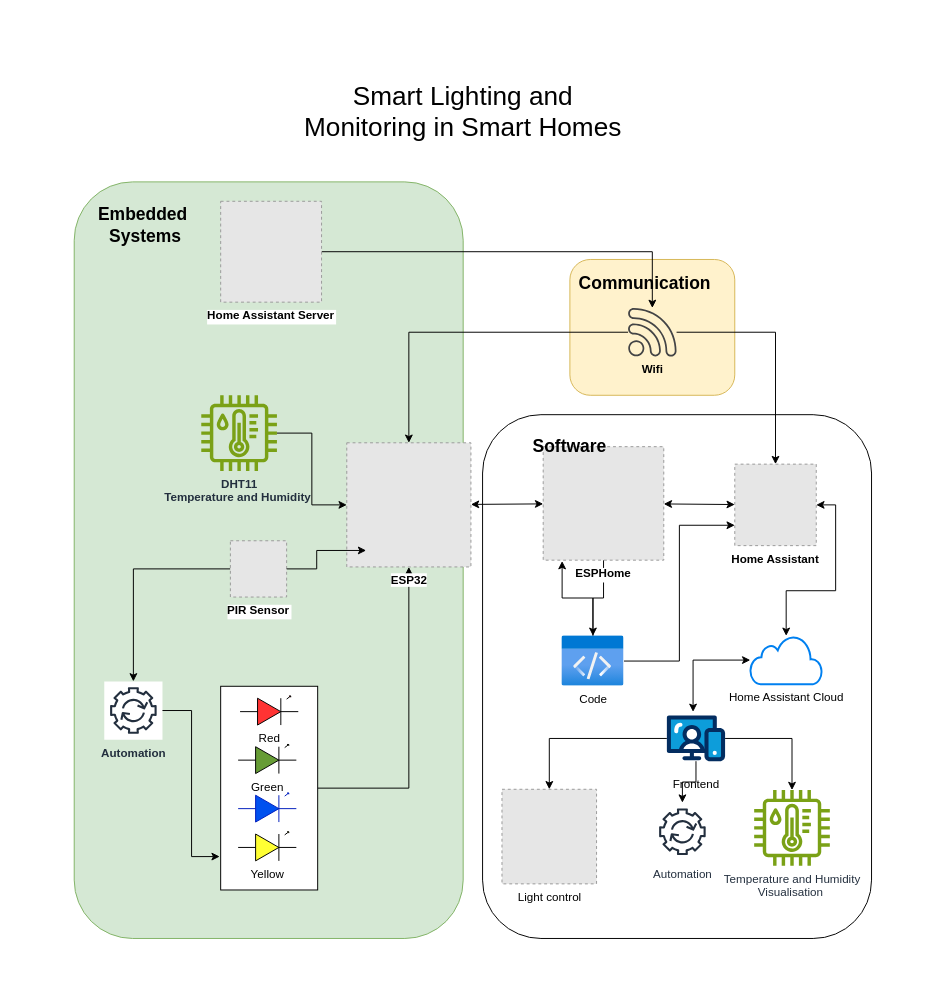
This is Untitled Diagram.drawio from aalexanderfc/Iot-solution-home-assistant, a draw.io file, before an edit. Source tidied: cells renumbered, new cells numbered last; positions are measured from the earlier drawing's top-left corner, leaving out a move shared by most shapes. Both pictures are drawn from the tidied source at 97%, with x=0, y=0 at pixel (74, 65). Pictures stored in the file or linked from it are replaced by grey dashed boxes.
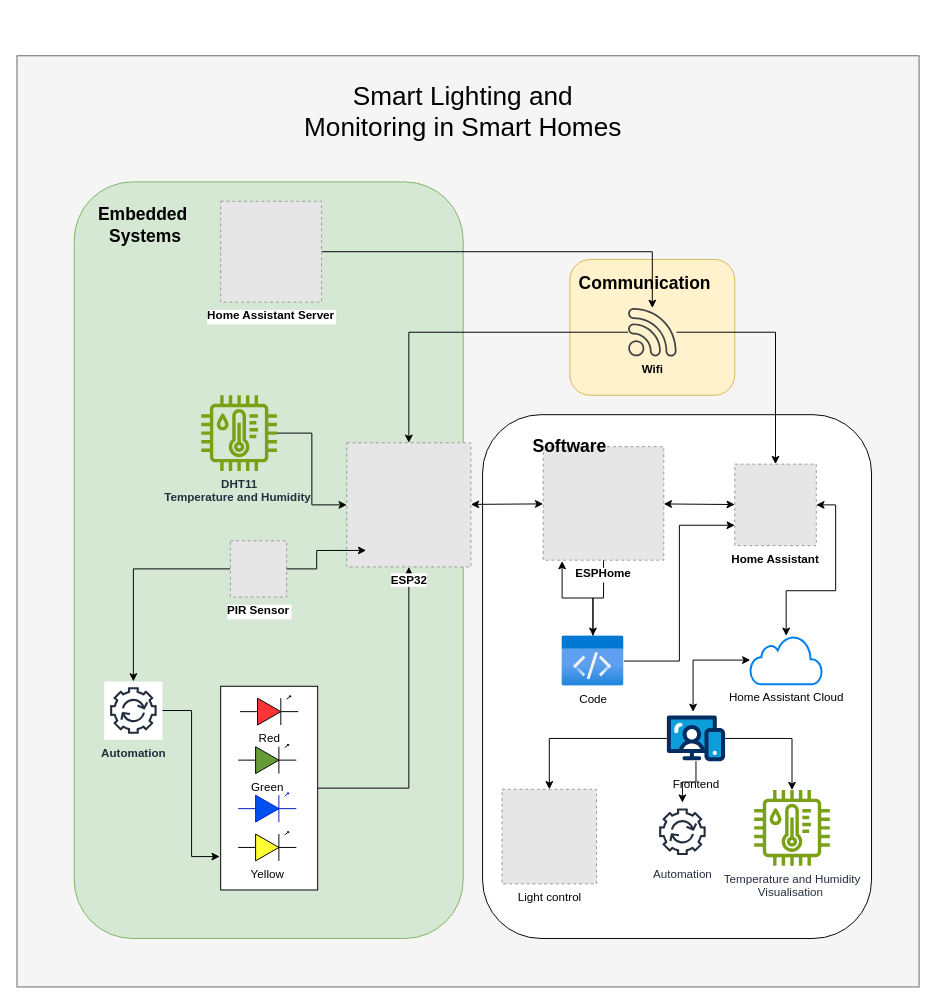
Above is the later version.

What changed in the source:
```diff
@@
+    <mxCell id="46" style="rounded=0;whiteSpace=wrap;html=1;fillColor=#f5f5f5;fontColor=#333333;strokeColor=#666666;" parent="1" vertex="1">
+      <mxGeometry x="-59" y="-10" width="930" height="960" as="geometry" />
+    </mxCell>
```
